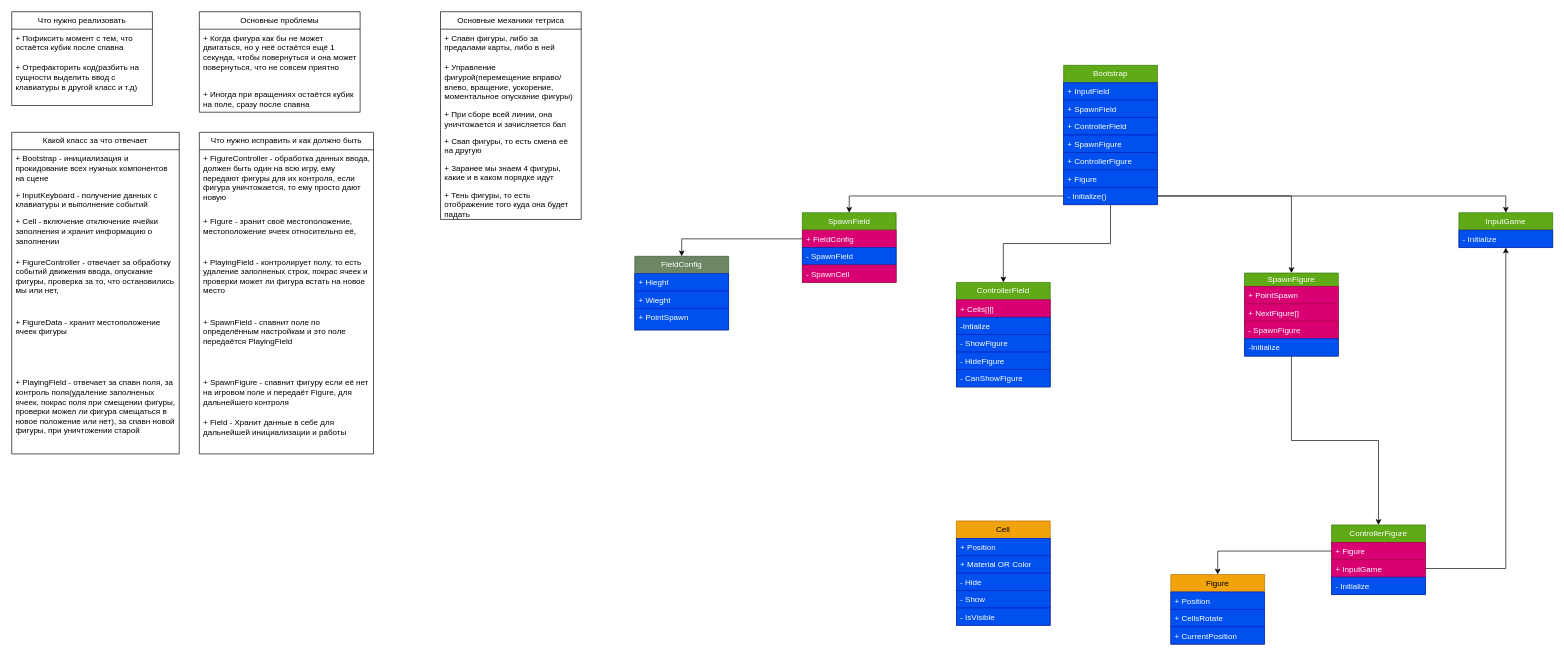
Before: TetrisGame.drawio in Bablakov/Tetris, a draw.io diagram. Source tidied: cells renumbered, new cells numbered last; positions are measured from the earlier drawing's top-left corner, leaving out a move shared by most shapes. Both pictures are drawn from the tidied source at 67%, with x=0, y=0 at pixel (11, 11).
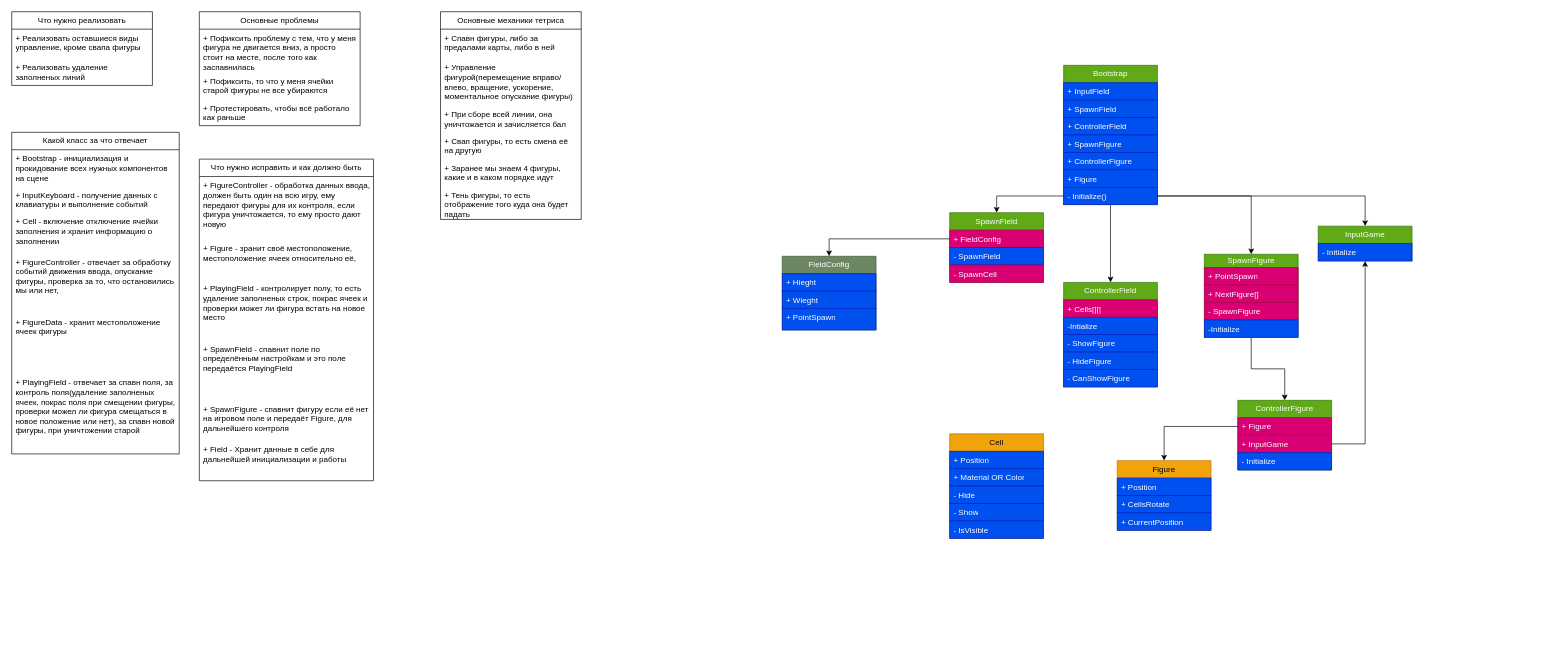
The same diagram, later.

What changed in the source:
```diff
@@
     <mxCell id="2" value="Что нужно реализовать" style="swimlane;fontStyle=0;horizontal=1;startSize=26;fillColor=none;whiteSpace=wrap;html=1;" parent="1" vertex="1">
-      <mxGeometry width="210" height="140" as="geometry" />
+      <mxGeometry width="210" height="110" as="geometry" />
     </mxCell>
-    <mxCell id="3" value="+ Пофиксить момент с тем, что остаётся кубик после спавна" style="text;strokeColor=none;fillColor=none;align=left;verticalAlign=top;spacingLeft=4;spacingRight=4;overflow=hidden;whiteSpace=wrap;html=1;" parent="2" vertex="1">
+    <mxCell id="3" value="+ Реализовать оставшиеся виды управление, кроме свапа фигуры" style="text;strokeColor=none;fillColor=none;align=left;verticalAlign=top;spacingLeft=4;spacingRight=4;overflow=hidden;whiteSpace=wrap;html=1;" parent="2" vertex="1">
       <mxGeometry y="26" width="210" height="44" as="geometry" />
     </mxCell>
-    <mxCell id="4" value="&lt;div&gt;+ Отрефакторить код(разбить на сущности выделить ввод с клавиатуры в другой класс и т.д)&lt;/div&gt;" style="text;strokeColor=none;fillColor=none;align=left;verticalAlign=top;spacingLeft=4;spacingRight=4;overflow=hidden;whiteSpace=wrap;html=1;" parent="2" vertex="1">
-      <mxGeometry y="70" width="210" height="70" as="geometry" />
+    <mxCell id="4" value="&lt;div&gt;+ Реализовать удаление заполненых линий&lt;/div&gt;" style="text;strokeColor=none;fillColor=none;align=left;verticalAlign=top;spacingLeft=4;spacingRight=4;overflow=hidden;whiteSpace=wrap;html=1;" parent="2" vertex="1">
+      <mxGeometry y="70" width="210" height="40" as="geometry" />
     </mxCell>
@@
     <mxCell id="12" value="Основные проблемы" style="swimlane;fontStyle=0;horizontal=1;startSize=26;fillColor=none;whiteSpace=wrap;html=1;" parent="1" vertex="1">
-      <mxGeometry x="280" width="240" height="150" as="geometry" />
+      <mxGeometry x="280" width="240" height="170" as="geometry" />
     </mxCell>
-    <mxCell id="13" value="+ Когда фигура как бы не может двигаться, но у неё остаётся ещё 1 секунда, чтобы повернуться и она может повернуться, что не совсем приятно" style="text;strokeColor=none;fillColor=none;align=left;verticalAlign=top;spacingLeft=4;spacingRight=4;overflow=hidden;whiteSpace=wrap;html=1;" parent="12" vertex="1">
-      <mxGeometry y="26" width="240" height="84" as="geometry" />
+    <mxCell id="13" value="+ Пофиксить проблему с тем, что у меня фигура не двигается вниз, а просто стоит на месте, после того как заспавнилась" style="text;strokeColor=none;fillColor=none;align=left;verticalAlign=top;spacingLeft=4;spacingRight=4;overflow=hidden;whiteSpace=wrap;html=1;" parent="12" vertex="1">
+      <mxGeometry y="26" width="240" height="64" as="geometry" />
     </mxCell>
-    <mxCell id="14" value="+ Иногда при вращениях остаётся кубик на поле, сразу после спавна&amp;nbsp;" style="text;strokeColor=none;fillColor=none;align=left;verticalAlign=top;spacingLeft=4;spacingRight=4;overflow=hidden;whiteSpace=wrap;html=1;" parent="12" vertex="1">
-      <mxGeometry y="110" width="240" height="40" as="geometry" />
+    <mxCell id="14" value="+ Пофиксить, то что у меня ячейки старой фигуры не все убираются&amp;nbsp;" style="text;strokeColor=none;fillColor=none;align=left;verticalAlign=top;spacingLeft=4;spacingRight=4;overflow=hidden;whiteSpace=wrap;html=1;" parent="12" vertex="1">
+      <mxGeometry y="90" width="240" height="40" as="geometry" />
     </mxCell>
+    <mxCell id="80" value="+ Протестировать, чтобы всё работало как раньше" style="text;strokeColor=none;fillColor=none;align=left;verticalAlign=top;spacingLeft=4;spacingRight=4;overflow=hidden;whiteSpace=wrap;html=1;" parent="12" vertex="1">
+      <mxGeometry y="130" width="240" height="40" as="geometry" />
+    </mxCell>
@@
     <mxCell id="22" value="Что нужно исправить и как должно быть" style="swimlane;fontStyle=0;horizontal=1;startSize=26;fillColor=none;whiteSpace=wrap;html=1;" parent="1" vertex="1">
-      <mxGeometry x="280" y="180" width="260" height="480" as="geometry" />
+      <mxGeometry x="280" y="220" width="260" height="480" as="geometry" />
     </mxCell>
@@
     <mxCell id="38" value="SpawnField" style="swimlane;fontStyle=0;horizontal=1;startSize=26;fillColor=#60a917;whiteSpace=wrap;html=1;fontColor=#ffffff;strokeColor=#2D7600;" parent="1" vertex="1">
-      <mxGeometry x="1180" y="300" width="140" height="104" as="geometry" />
+      <mxGeometry x="1400" y="300" width="140" height="104" as="geometry" />
     </mxCell>
@@
     <mxCell id="42" value="ControllerField" style="swimlane;fontStyle=0;horizontal=1;startSize=26;fillColor=#60a917;whiteSpace=wrap;html=1;fontColor=#ffffff;strokeColor=#2D7600;" parent="1" vertex="1">
-      <mxGeometry x="1410" y="404" width="140" height="156" as="geometry" />
+      <mxGeometry x="1570" y="404" width="140" height="156" as="geometry" />
     </mxCell>
@@
     <mxCell id="49" value="SpawnFigure" style="swimlane;fontStyle=0;horizontal=1;startSize=20;fillColor=#60a917;whiteSpace=wrap;html=1;fontColor=#ffffff;strokeColor=#2D7600;" parent="1" vertex="1">
-      <mxGeometry x="1840" y="390" width="140" height="124" as="geometry" />
+      <mxGeometry x="1780" y="362" width="140" height="124" as="geometry" />
     </mxCell>
@@
     <mxCell id="54" value="ControllerFigure" style="swimlane;fontStyle=0;horizontal=1;startSize=26;fillColor=#60a917;whiteSpace=wrap;html=1;fontColor=#ffffff;strokeColor=#2D7600;" parent="1" vertex="1">
-      <mxGeometry x="1970" y="766" width="140" height="104" as="geometry" />
+      <mxGeometry x="1830" y="580" width="140" height="104" as="geometry" />
     </mxCell>
@@
     <mxCell id="58" value="Figure" style="swimlane;fontStyle=0;horizontal=1;startSize=26;fillColor=#f0a30a;whiteSpace=wrap;html=1;fontColor=#000000;strokeColor=#BD7000;" parent="1" vertex="1">
-      <mxGeometry x="1730" y="840" width="140" height="104" as="geometry" />
+      <mxGeometry x="1650" y="670" width="140" height="104" as="geometry" />
     </mxCell>
@@
     <mxCell id="62" value="InputGame" style="swimlane;fontStyle=0;horizontal=1;startSize=26;fillColor=#60a917;whiteSpace=wrap;html=1;fontColor=#ffffff;strokeColor=#2D7600;" parent="1" vertex="1">
-      <mxGeometry x="2160" y="300" width="140" height="52" as="geometry" />
+      <mxGeometry x="1950" y="320" width="140" height="52" as="geometry" />
     </mxCell>
@@
     <mxCell id="66" value="FieldConfig" style="swimlane;fontStyle=0;horizontal=1;startSize=26;fillColor=#6d8764;whiteSpace=wrap;html=1;fontColor=#ffffff;strokeColor=#3A5431;" parent="1" vertex="1">
-      <mxGeometry x="930" y="365" width="140" height="110" as="geometry" />
+      <mxGeometry x="1150" y="365" width="140" height="110" as="geometry" />
     </mxCell>
@@
     <mxCell id="74" value="Cell" style="swimlane;fontStyle=0;horizontal=1;startSize=26;fillColor=#f0a30a;whiteSpace=wrap;html=1;fontColor=#000000;strokeColor=#BD7000;" parent="1" vertex="1">
-      <mxGeometry x="1410" y="760" width="140" height="156" as="geometry" />
+      <mxGeometry x="1400" y="630" width="140" height="156" as="geometry" />
     </mxCell>
```
